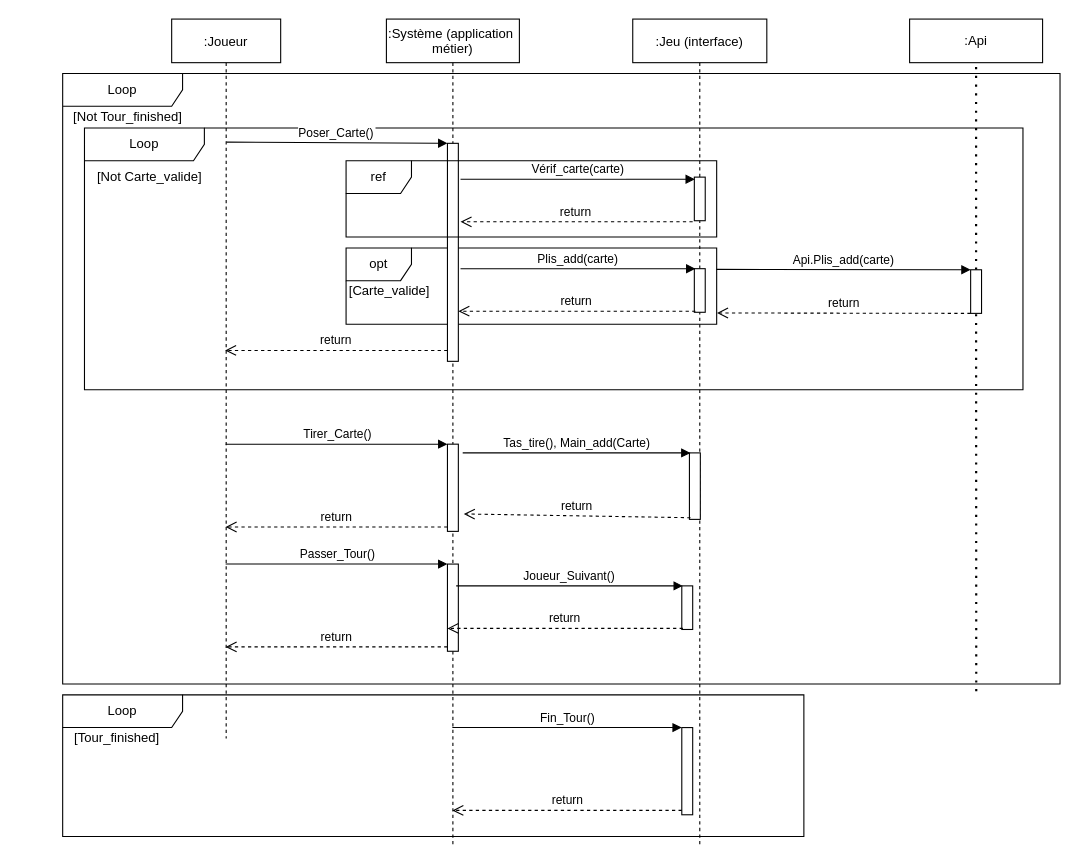
Earlier version of the draw.io diagram Diagrams/Sequence Diagram Playtime.drawio (MailineN/ProjetInfo2A). Source tidied: cells renumbered, new cells numbered last; positions are measured from the earlier drawing's top-left corner, leaving out a move shared by most shapes. Both pictures are drawn from the tidied source at 109%, with x=0, y=0 at pixel (19, 19).
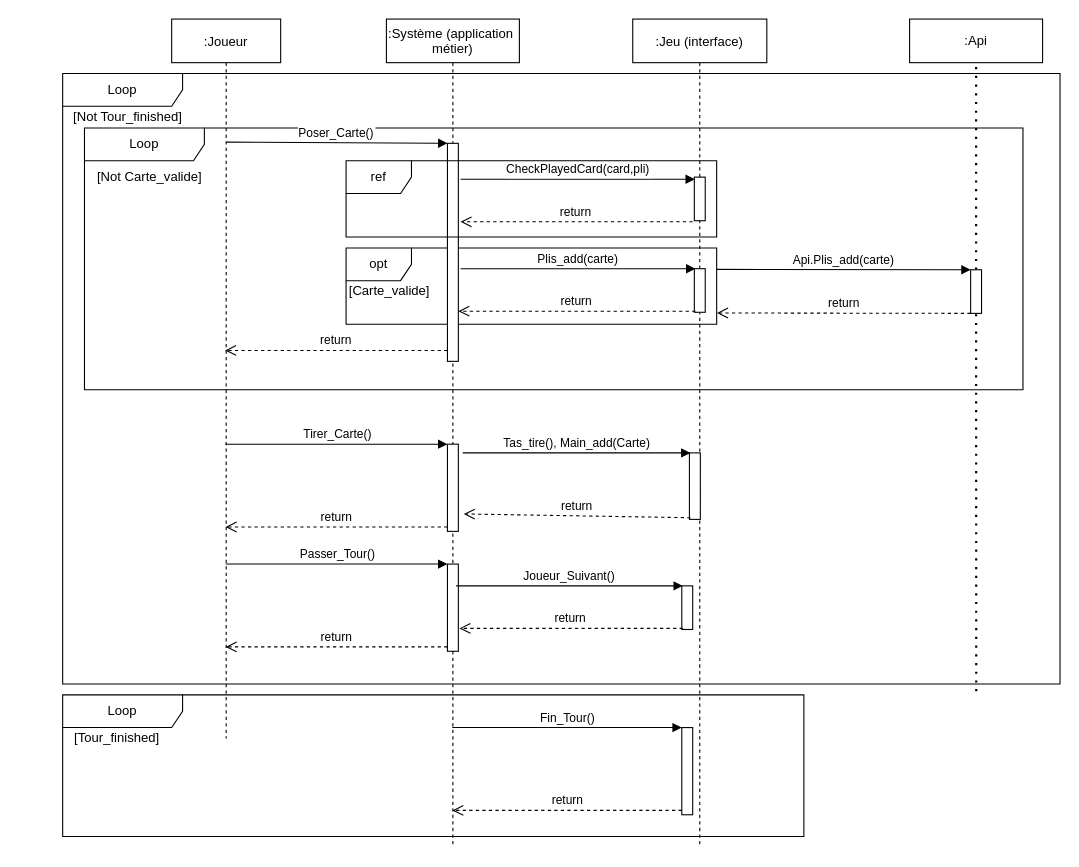
The same diagram, later.

The change refers to these unchanged cells:
```xml
<mxCell id="12" value=":Jeu (interface)" style="shape=umlLifeline;perimeter=lifelinePerimeter;rounded=0;shadow=0;strokeWidth=1;" parent="1" vertex="1">
  <mxGeometry x="563" width="123" height="760" as="geometry" />
</mxCell>
<mxCell id="14" style="points=[];perimeter=orthogonalPerimeter;rounded=0;shadow=0;strokeWidth=1;" parent="12" vertex="1">
  <mxGeometry x="45" y="520" width="10" height="40" as="geometry" />
</mxCell>
<mxCell id="35" style="points=[];perimeter=orthogonalPerimeter;rounded=0;shadow=0;strokeWidth=1;" parent="1" vertex="1">
  <mxGeometry x="619.5" y="145" width="10" height="40" as="geometry" />
</mxCell>
```

What changed in the source:
```diff
@@
     <mxCell id="16" value="return" style="verticalAlign=bottom;endArrow=open;dashed=1;endSize=8;exitX=0.1;exitY=0.975;shadow=0;strokeWidth=1;exitDx=0;exitDy=0;exitPerimeter=0;" parent="12" edge="1" source="14">
       <mxGeometry relative="1" as="geometry">
-        <mxPoint x="-170" y="559" as="targetPoint" />
+        <mxPoint x="-159" y="559" as="targetPoint" />
       </mxGeometry>
     </mxCell>
@@
-    <mxCell id="36" value="Vérif_carte(carte)" style="verticalAlign=bottom;endArrow=block;shadow=0;strokeWidth=1;entryX=0.05;entryY=0.05;entryDx=0;entryDy=0;entryPerimeter=0;" parent="1" edge="1" target="35">
+    <mxCell id="36" value="CheckPlayedCard(card,pli)" style="verticalAlign=bottom;endArrow=block;shadow=0;strokeWidth=1;entryX=0.05;entryY=0.05;entryDx=0;entryDy=0;entryPerimeter=0;" parent="1" edge="1" target="35">
       <mxGeometry relative="1" as="geometry">
         <mxPoint x="405" y="147" as="sourcePoint" />
       </mxGeometry>
     </mxCell>
```
